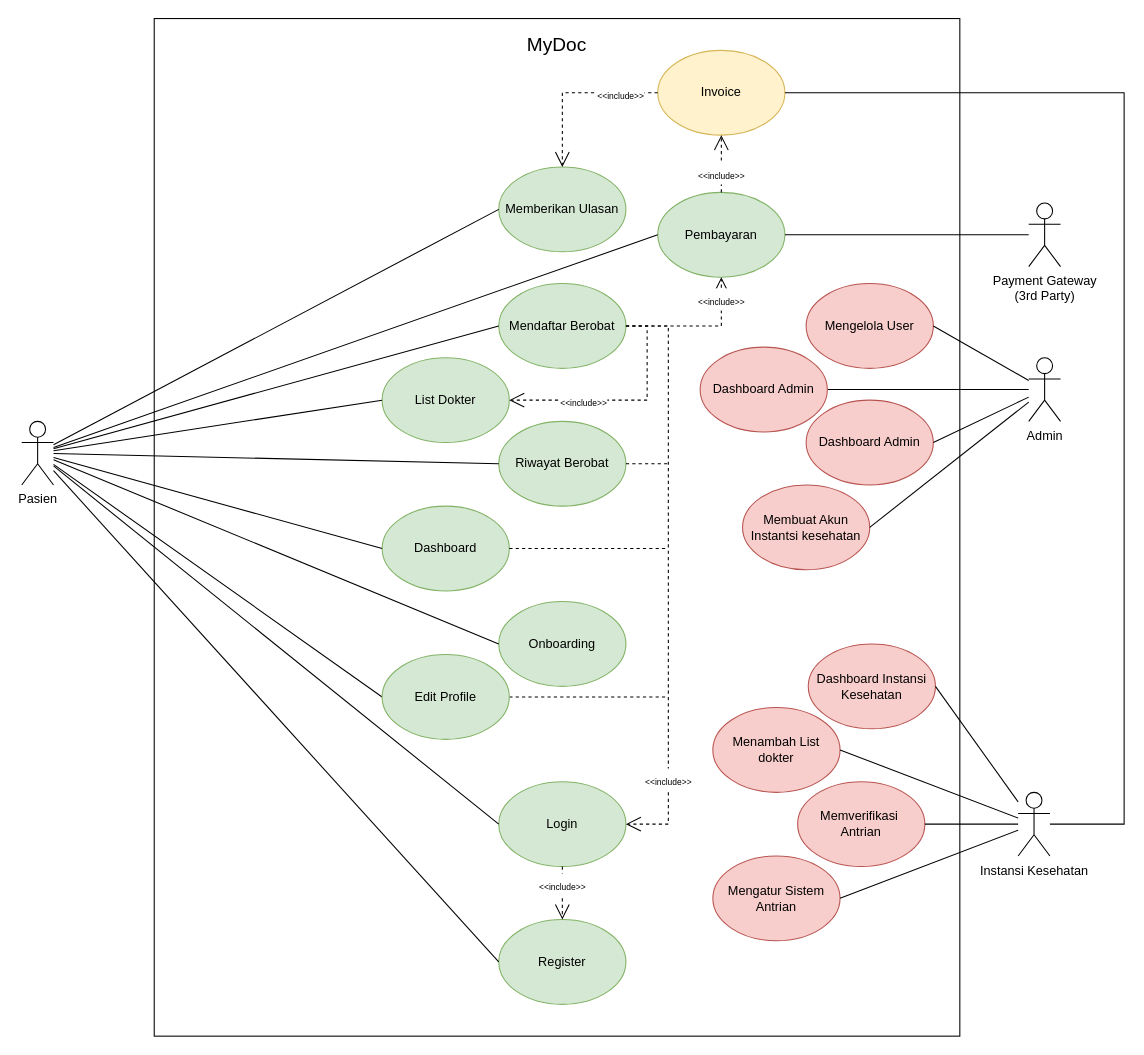
Above: page "Revisi 1.1" (2 of 2) of documents/usecase_diagram.drawio in codernewbie04/MyDoc (draw.io), before the change. Source tidied: cells renumbered, new cells numbered last; positions are measured from the earlier drawing's top-left corner, leaving out a move shared by most shapes. Both pictures are drawn from the tidied source at 106%, with x=0, y=0 at pixel (21, 18).
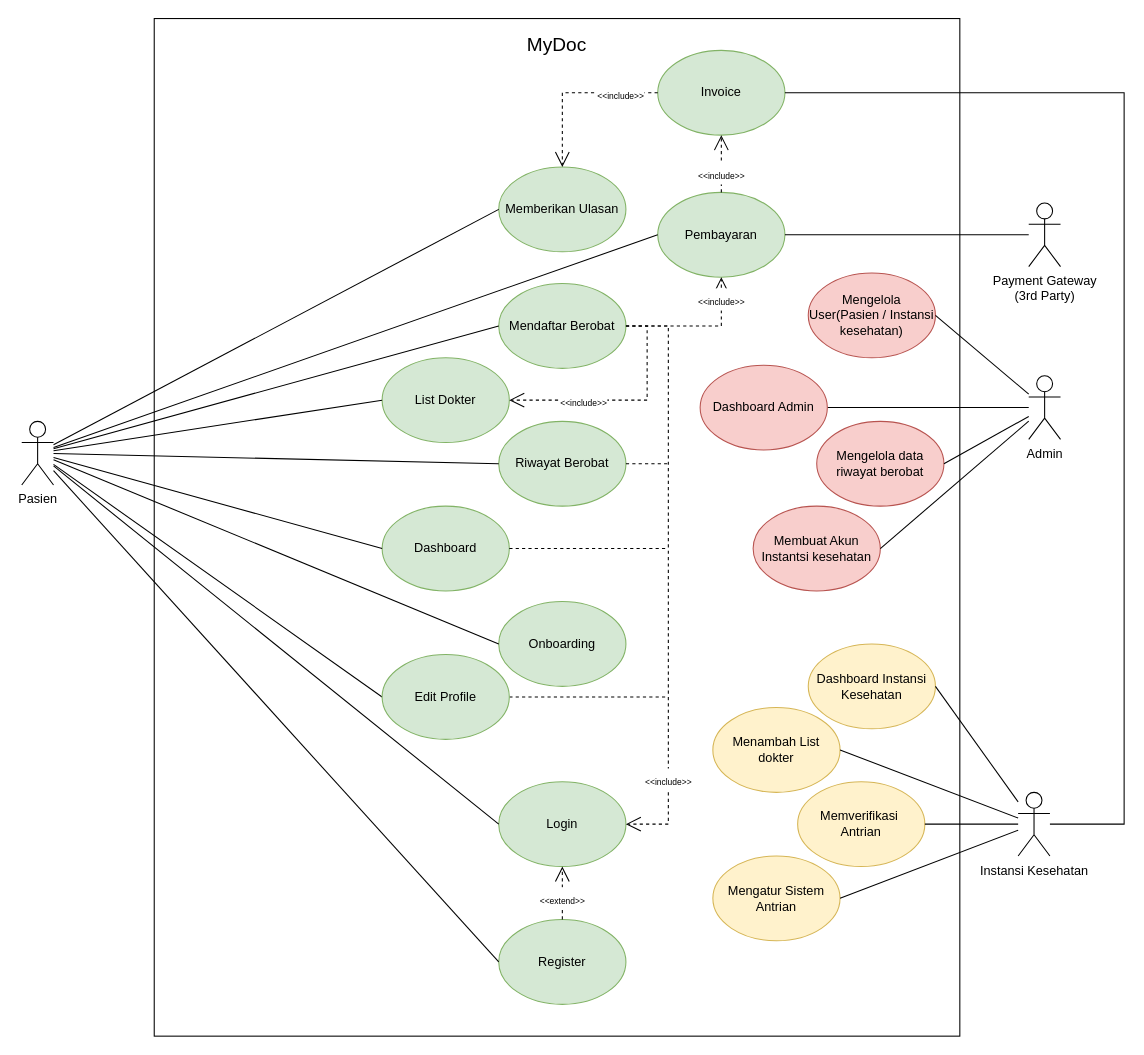
Above is the later version.

Unchanged cells that the change refers to:
```xml
<mxCell id="7" value="Login" style="ellipse;whiteSpace=wrap;html=1;fillColor=#d5e8d4;strokeColor=#82b366;" parent="1" vertex="1">
  <mxGeometry x="450" y="720" width="120" height="80" as="geometry" />
</mxCell>
<mxCell id="8" value="Register" style="ellipse;whiteSpace=wrap;html=1;fillColor=#d5e8d4;strokeColor=#82b366;" parent="1" vertex="1">
  <mxGeometry x="450" y="850" width="120" height="80" as="geometry" />
</mxCell>
```

Change to the diagram source:
```diff
@@
     <mxCell id="6" value="Admin" style="shape=umlActor;verticalLabelPosition=bottom;verticalAlign=top;html=1;outlineConnect=0;" parent="1" vertex="1">
-      <mxGeometry x="950" y="320" width="30" height="60" as="geometry" />
+      <mxGeometry x="950" y="337" width="30" height="60" as="geometry" />
     </mxCell>
@@
-    <mxCell id="9" value="&lt;font style=&quot;font-size: 8px;&quot;&gt;&amp;lt;&amp;lt;include&amp;gt;&amp;gt;&lt;/font&gt;" style="endArrow=open;endSize=12;dashed=1;html=1;rounded=0;fontSize=18;exitX=0.5;exitY=1;exitDx=0;exitDy=0;" parent="1" edge="1" source="7" target="8">
-      <mxGeometry x="-0.33" relative="1" as="geometry" />
+    <mxCell id="9" value="&lt;font style=&quot;font-size: 8px;&quot;&gt;&amp;lt;&amp;lt;extend&amp;gt;&amp;gt;&lt;/font&gt;" style="endArrow=open;endSize=12;dashed=1;html=1;rounded=0;fontSize=18;entryX=0.5;entryY=1;entryDx=0;entryDy=0;exitX=0.5;exitY=0;exitDx=0;exitDy=0;" parent="1" edge="1" source="8" target="7">
+      <mxGeometry x="-0.2" relative="1" as="geometry" />
     </mxCell>
@@
-    <mxCell id="31" value="Invoice" style="ellipse;whiteSpace=wrap;html=1;fillColor=#fff2cc;strokeColor=#d6b656;" parent="1" vertex="1">
+    <mxCell id="31" value="Invoice" style="ellipse;whiteSpace=wrap;html=1;fillColor=#d5e8d4;strokeColor=#82b366;" parent="1" vertex="1">
       <mxGeometry x="600" y="30" width="120" height="80" as="geometry" />
     </mxCell>
@@
-    <mxCell id="38" value="Mengelola User" style="ellipse;whiteSpace=wrap;html=1;fillColor=#f8cecc;strokeColor=#b85450;" parent="1" vertex="1">
-      <mxGeometry x="740" y="250" width="120" height="80" as="geometry" />
+    <mxCell id="38" value="Mengelola User(Pasien / Instansi kesehatan)" style="ellipse;whiteSpace=wrap;html=1;fillColor=#f8cecc;strokeColor=#b85450;" parent="1" vertex="1">
+      <mxGeometry x="742" y="240" width="120" height="80" as="geometry" />
     </mxCell>
-    <mxCell id="39" value="Dashboard Admin" style="ellipse;whiteSpace=wrap;html=1;fillColor=#f8cecc;strokeColor=#b85450;" parent="1" vertex="1">
-      <mxGeometry x="740" y="360" width="120" height="80" as="geometry" />
-    </mxCell>
@@
     <mxCell id="42" value="Dashboard Admin" style="ellipse;whiteSpace=wrap;html=1;fillColor=#f8cecc;strokeColor=#b85450;" parent="1" vertex="1">
-      <mxGeometry x="640" y="310" width="120" height="80" as="geometry" />
+      <mxGeometry x="640" y="327" width="120" height="80" as="geometry" />
     </mxCell>
-    <mxCell id="43" style="endArrow=none;html=1;rounded=0;fontSize=8;exitX=1;exitY=0.5;exitDx=0;exitDy=0;" parent="1" edge="1" source="39" target="6">
-      <mxGeometry relative="1" as="geometry" />
-    </mxCell>
-    <mxCell id="44" value="Dashboard&amp;nbsp;&lt;span style=&quot;&quot;&gt;Instansi Kesehatan&lt;/span&gt;" style="ellipse;whiteSpace=wrap;html=1;fillColor=#f8cecc;strokeColor=#b85450;" parent="1" vertex="1">
+    <mxCell id="44" value="Dashboard&amp;nbsp;&lt;span style=&quot;&quot;&gt;Instansi Kesehatan&lt;/span&gt;" style="ellipse;whiteSpace=wrap;html=1;fillColor=#fff2cc;strokeColor=#d6b656;" parent="1" vertex="1">
       <mxGeometry x="742" y="590" width="120" height="80" as="geometry" />
     </mxCell>
     <mxCell id="45" value="Membuat Akun Instantsi kesehatan" style="ellipse;whiteSpace=wrap;html=1;fillColor=#f8cecc;strokeColor=#b85450;" parent="1" vertex="1">
-      <mxGeometry x="680" y="440" width="120" height="80" as="geometry" />
+      <mxGeometry x="690" y="460" width="120" height="80" as="geometry" />
     </mxCell>
@@
-    <mxCell id="48" value="Menambah List dokter" style="ellipse;whiteSpace=wrap;html=1;fillColor=#f8cecc;strokeColor=#b85450;" parent="1" vertex="1">
+    <mxCell id="48" value="Menambah List dokter" style="ellipse;whiteSpace=wrap;html=1;fillColor=#fff2cc;strokeColor=#d6b656;" parent="1" vertex="1">
       <mxGeometry x="652" y="650" width="120" height="80" as="geometry" />
     </mxCell>
@@
-    <mxCell id="51" value="Memverifikasi&amp;nbsp;&lt;br&gt;Antrian" style="ellipse;whiteSpace=wrap;html=1;fillColor=#f8cecc;strokeColor=#b85450;" parent="1" vertex="1">
+    <mxCell id="51" value="Memverifikasi&amp;nbsp;&lt;br&gt;Antrian" style="ellipse;whiteSpace=wrap;html=1;fillColor=#fff2cc;strokeColor=#d6b656;" parent="1" vertex="1">
       <mxGeometry x="732" y="720" width="120" height="80" as="geometry" />
     </mxCell>
-    <mxCell id="52" value="Mengatur Sistem Antrian" style="ellipse;whiteSpace=wrap;html=1;fillColor=#f8cecc;strokeColor=#b85450;" parent="1" vertex="1">
+    <mxCell id="52" value="Mengatur Sistem Antrian" style="ellipse;whiteSpace=wrap;html=1;fillColor=#fff2cc;strokeColor=#d6b656;" parent="1" vertex="1">
       <mxGeometry x="652" y="790" width="120" height="80" as="geometry" />
     </mxCell>
@@
+    <mxCell id="56" value="Mengelola data riwayat berobat" style="ellipse;whiteSpace=wrap;html=1;fillColor=#f8cecc;strokeColor=#b85450;" parent="1" vertex="1">
+      <mxGeometry x="750" y="380" width="120" height="80" as="geometry" />
+    </mxCell>
+    <mxCell id="57" style="endArrow=none;html=1;rounded=0;fontSize=8;exitX=1;exitY=0.5;exitDx=0;exitDy=0;" parent="1" edge="1" source="56" target="6">
+      <mxGeometry relative="1" as="geometry" />
+    </mxCell>
```
